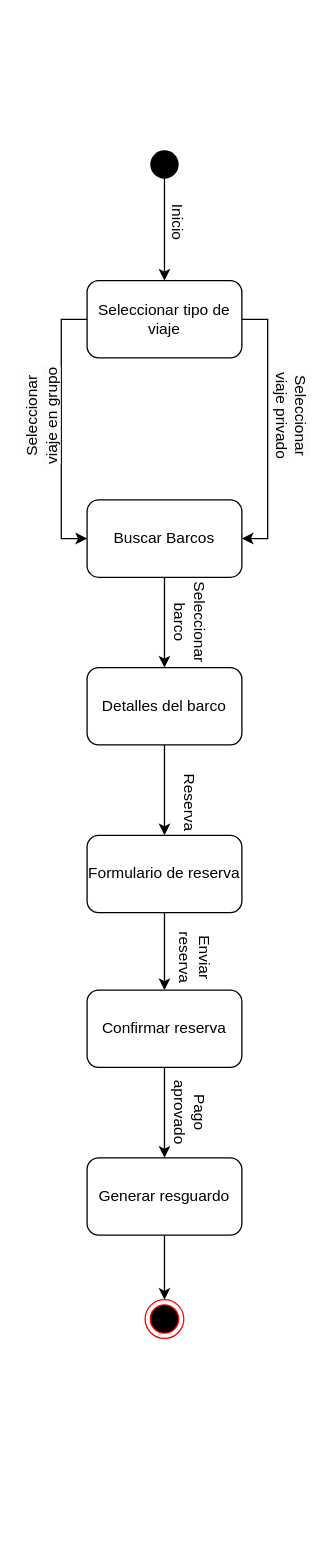
Earlier version of the draw.io diagram Diagramas/Estat_XaJo.drawio (joam6/Sailing_XaJo). Source tidied: cells renumbered, new cells numbered last; positions are measured from the earlier drawing's top-left corner, leaving out a move shared by most shapes. Both pictures are drawn from the tidied source at 129%, with x=0, y=0 at pixel (-17, 151).
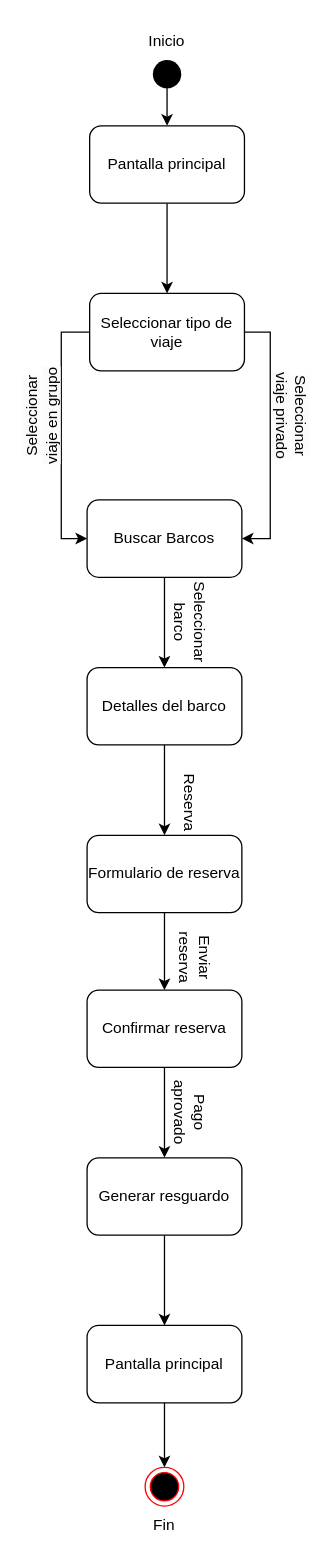
The same page after the edit.

Unchanged cells that the change refers to:
```xml
<mxCell id="22" value="Generar resguardo" style="rounded=1;whiteSpace=wrap;html=1;" parent="1" vertex="1">
  <mxGeometry x="80" y="780" width="120" height="60" as="geometry" />
</mxCell>
```

The edit, as a diff of the source:
```diff
@@
-    <mxCell id="2" style="edgeStyle=orthogonalEdgeStyle;rounded=0;jettySize=auto;html=1;entryX=0.5;entryY=0;entryDx=0;entryDy=0;" parent="1" edge="1" source="3" target="10">
-      <mxGeometry relative="1" as="geometry" />
-    </mxCell>
+    <mxCell id="25" style="edgeStyle=orthogonalEdgeStyle;rounded=0;jettySize=auto;html=1;entryX=0.5;entryY=0;entryDx=0;entryDy=0;" parent="1" edge="1" source="3" target="30">
+      <mxGeometry relative="1" as="geometry" />
+    </mxCell>
     <mxCell id="3" style="shape=waypoint;sketch=0;fillStyle=solid;size=6;points=[];fillColor=none;perimeter=centerPerimeter;snapToPoint=1;strokeWidth=9;" parent="1" vertex="1">
-      <mxGeometry x="130" width="20" height="20" as="geometry" />
+      <mxGeometry x="132" y="-70" width="20" height="20" as="geometry" />
     </mxCell>
@@
     <mxCell id="10" value="Seleccionar tipo de viaje" style="rounded=1;whiteSpace=wrap;html=1;" parent="1" vertex="1">
-      <mxGeometry x="80" y="100" width="120" height="60" as="geometry" />
+      <mxGeometry x="82" y="110" width="120" height="60" as="geometry" />
     </mxCell>
@@
-    <mxCell id="15" value="Inicio" style="text;html=1;align=center;verticalAlign=middle;whiteSpace=wrap;rounded=0;rotation=90;" parent="1" vertex="1">
-      <mxGeometry x="120" y="40" width="60" height="30" as="geometry" />
-    </mxCell>
@@
-    <mxCell id="21" style="edgeStyle=orthogonalEdgeStyle;rounded=0;jettySize=auto;html=1;exitX=0.5;exitY=1;exitDx=0;exitDy=0;entryX=0.5;entryY=0;entryDx=0;entryDy=0;" parent="1" edge="1" source="22" target="24">
-      <mxGeometry relative="1" as="geometry" />
-    </mxCell>
+    <mxCell id="26" style="edgeStyle=orthogonalEdgeStyle;rounded=0;jettySize=auto;html=1;exitX=0.5;exitY=1;exitDx=0;exitDy=0;entryX=0.5;entryY=0;entryDx=0;entryDy=0;" parent="1" edge="1" source="22" target="28">
+      <mxGeometry relative="1" as="geometry" />
+    </mxCell>
@@
     <mxCell id="24" style="ellipse;html=1;shape=endState;fillColor=#000000;strokeColor=#ff0000;" parent="1" vertex="1">
-      <mxGeometry x="125" y="890" width="30" height="30" as="geometry" />
+      <mxGeometry x="125" y="1020" width="30" height="30" as="geometry" />
     </mxCell>
+    <mxCell id="27" style="edgeStyle=orthogonalEdgeStyle;rounded=0;jettySize=auto;html=1;" parent="1" edge="1" source="28" target="24">
+      <mxGeometry relative="1" as="geometry" />
+    </mxCell>
+    <mxCell id="28" value="Pantalla principal" style="rounded=1;whiteSpace=wrap;html=1;" parent="1" vertex="1">
+      <mxGeometry x="80" y="910" width="120" height="60" as="geometry" />
+    </mxCell>
+    <mxCell id="29" style="edgeStyle=orthogonalEdgeStyle;rounded=0;jettySize=auto;html=1;exitX=0.5;exitY=1;exitDx=0;exitDy=0;" parent="1" edge="1" source="30" target="10">
+      <mxGeometry relative="1" as="geometry" />
+    </mxCell>
+    <mxCell id="30" value="Pantalla principal" style="rounded=1;whiteSpace=wrap;html=1;" parent="1" vertex="1">
+      <mxGeometry x="82" y="-20" width="120" height="60" as="geometry" />
+    </mxCell>
+    <mxCell id="15" value="Inicio" style="text;html=1;align=center;verticalAlign=middle;whiteSpace=wrap;rounded=0;" parent="1" vertex="1">
+      <mxGeometry x="112" y="-100" width="60" height="30" as="geometry" />
+    </mxCell>
+    <mxCell id="31" value="Fin" style="text;html=1;align=center;verticalAlign=middle;whiteSpace=wrap;rounded=0;" parent="1" vertex="1">
+      <mxGeometry x="110" y="1050" width="60" height="30" as="geometry" />
+    </mxCell>
```
